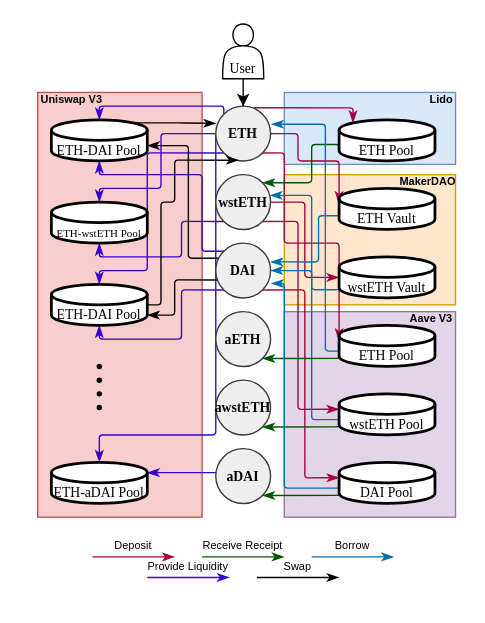
Earlier version of the draw.io diagram diagrams/complexity.drawio (lyc0603/tvl-measurement). Source tidied: cells renumbered, new cells numbered last; positions are measured from the earlier drawing's top-left corner, leaving out a move shared by most shapes. Both pictures are drawn from the tidied source at 137%, with x=0, y=0 at pixel (23, 23).
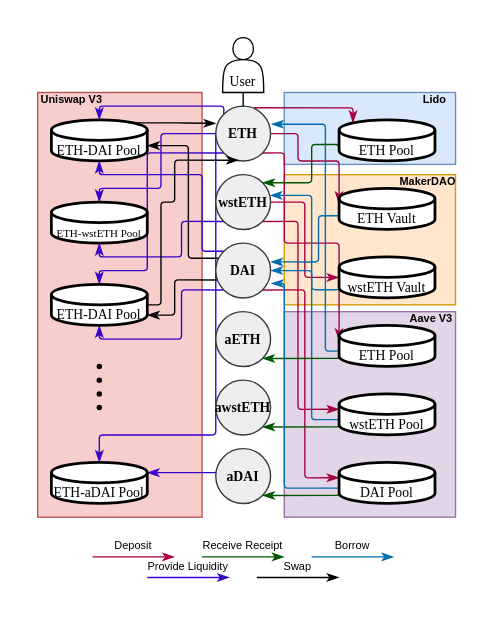
Above is the later version.

Commit message (it also covers changes not shown here):
minor change in complexity graph

The change refers to these unchanged cells:
```xml
<mxCell id="13" value="&lt;b style=&quot;font-size: 10px;&quot;&gt;ETH&lt;/b&gt;" style="ellipse;whiteSpace=wrap;html=1;labelBackgroundColor=none;labelBorderColor=none;fillColor=#eeeeee;strokeColor=#36393d;fontSize=10;fontFamily=Times New Roman;rounded=0;" parent="1" vertex="1">
  <mxGeometry x="140" y="60" width="40" height="40" as="geometry" />
</mxCell>
```

The edit, as a diff of the source:
```diff
@@
-    <mxCell id="43" style="edgeStyle=orthogonalEdgeStyle;rounded=0;jettySize=auto;html=1;entryX=0.5;entryY=0;entryDx=0;entryDy=0;" parent="1" edge="1" source="44" target="13">
+    <mxCell id="43" style="edgeStyle=orthogonalEdgeStyle;rounded=0;jettySize=auto;html=1;exitX=0.5;exitY=1;exitDx=0;exitDy=0;entryX=0.5;entryY=0;entryDx=0;entryDy=0;endArrow=none;endFill=0;" parent="1" edge="1" source="44" target="13">
       <mxGeometry relative="1" as="geometry" />
     </mxCell>
     <mxCell id="44" value="&lt;font style=&quot;font-size: 10px;&quot;&gt;&lt;br&gt;&lt;font style=&quot;font-size: 10px;&quot;&gt;&lt;br&gt;User&lt;/font&gt;&lt;/font&gt;" style="shape=actor;whiteSpace=wrap;html=1;fontSize=10;fontFamily=Times New Roman;verticalAlign=middle;rounded=0;" parent="1" vertex="1">
-      <mxGeometry x="145" width="30" height="40" as="geometry" />
+      <mxGeometry x="145" y="10" width="30" height="40" as="geometry" />
     </mxCell>
@@
     <mxCell id="55" value="&lt;b&gt;Lido&lt;/b&gt;" style="text;html=1;strokeColor=none;fillColor=none;align=center;verticalAlign=middle;whiteSpace=wrap;rounded=0;fontSize=8;" parent="1" vertex="1">
-      <mxGeometry x="290" y="40" width="30" height="30" as="geometry" />
+      <mxGeometry x="285" y="40" width="30" height="30" as="geometry" />
     </mxCell>
```
